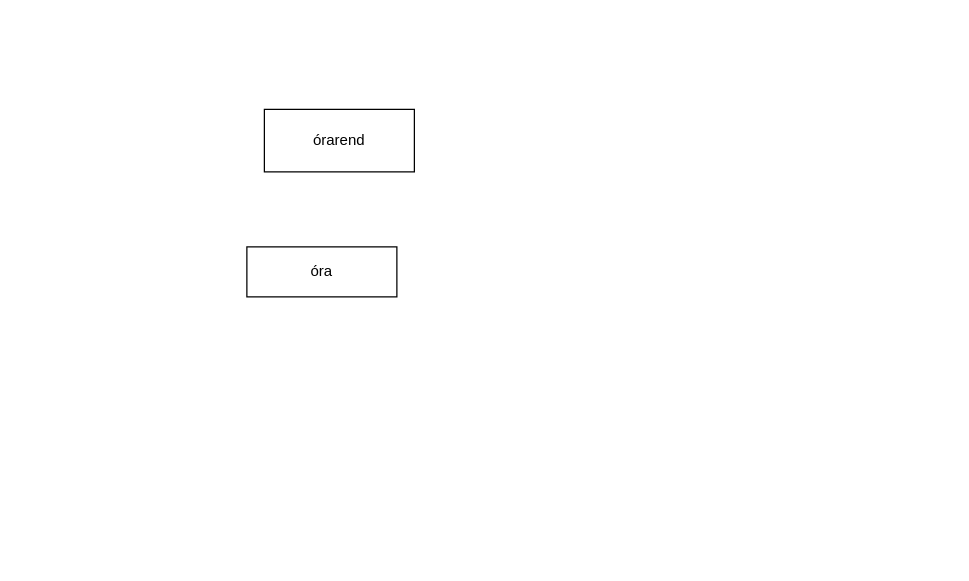
Above: EZ3YRC_0927/EZ3YRC.orarendER.drawio in Ddavid111/EZ3YRC_XMLGyak (draw.io), before the change. Source tidied: cells renumbered, new cells numbered last; positions are measured from the earlier drawing's top-left corner, leaving out a move shared by most shapes. Both pictures are drawn from the tidied source at 125%, with x=0, y=0 at pixel (246, 109).
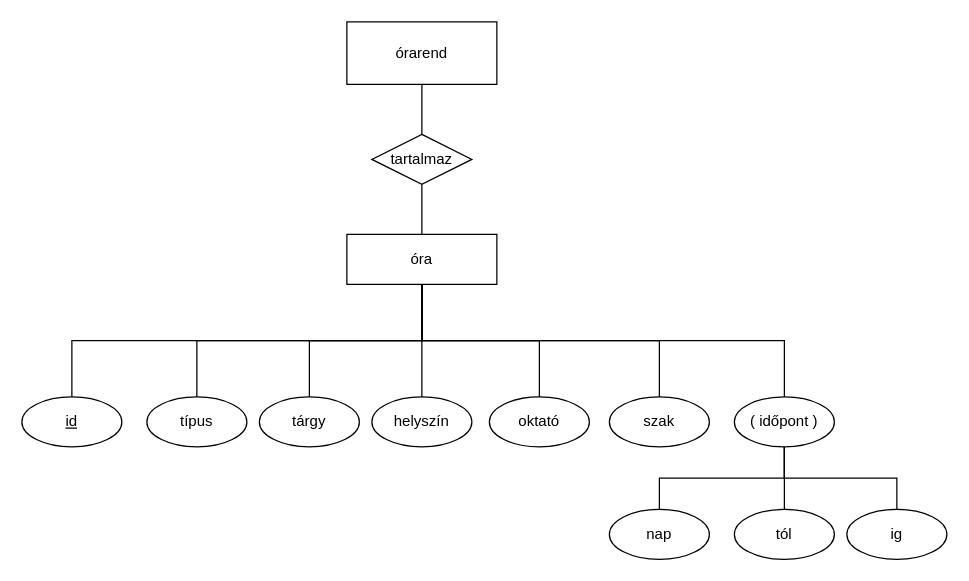
After the change.

Diff of the diagram source:
```diff
@@
+    <mxCell id="4" style="edgeStyle=orthogonalEdgeStyle;rounded=0;jettySize=auto;html=1;exitX=0.5;exitY=1;exitDx=0;exitDy=0;entryX=0.5;entryY=0;entryDx=0;entryDy=0;endArrow=none;endFill=0;" parent="1" edge="1" source="2" target="12">
+      <mxGeometry relative="1" as="geometry" />
+    </mxCell>
     <mxCell id="2" value="órarend" style="rounded=0;whiteSpace=wrap;html=1;" parent="1" vertex="1">
-      <mxGeometry x="14" width="120" height="50" as="geometry" />
+      <mxGeometry x="80" y="-70" width="120" height="50" as="geometry" />
     </mxCell>
+    <mxCell id="5" style="edgeStyle=orthogonalEdgeStyle;rounded=0;jettySize=auto;html=1;exitX=0.5;exitY=1;exitDx=0;exitDy=0;entryX=0.5;entryY=0;entryDx=0;entryDy=0;endArrow=none;endFill=0;" parent="1" edge="1" source="3" target="13">
+      <mxGeometry relative="1" as="geometry" />
+    </mxCell>
+    <mxCell id="6" style="edgeStyle=orthogonalEdgeStyle;rounded=0;jettySize=auto;html=1;exitX=0.5;exitY=1;exitDx=0;exitDy=0;entryX=0.5;entryY=0;entryDx=0;entryDy=0;endArrow=none;endFill=0;" parent="1" edge="1" source="3" target="14">
+      <mxGeometry relative="1" as="geometry" />
+    </mxCell>
+    <mxCell id="7" style="edgeStyle=orthogonalEdgeStyle;rounded=0;jettySize=auto;html=1;exitX=0.5;exitY=1;exitDx=0;exitDy=0;entryX=0.5;entryY=0;entryDx=0;entryDy=0;endArrow=none;endFill=0;" parent="1" edge="1" source="3" target="15">
+      <mxGeometry relative="1" as="geometry" />
+    </mxCell>
+    <mxCell id="8" style="edgeStyle=orthogonalEdgeStyle;rounded=0;jettySize=auto;html=1;exitX=0.5;exitY=1;exitDx=0;exitDy=0;entryX=0.5;entryY=0;entryDx=0;entryDy=0;endArrow=none;endFill=0;" parent="1" edge="1" source="3" target="16">
+      <mxGeometry relative="1" as="geometry" />
+    </mxCell>
+    <mxCell id="9" style="edgeStyle=orthogonalEdgeStyle;rounded=0;jettySize=auto;html=1;exitX=0.5;exitY=1;exitDx=0;exitDy=0;entryX=0.5;entryY=0;entryDx=0;entryDy=0;endArrow=none;endFill=0;" parent="1" edge="1" source="3" target="17">
+      <mxGeometry relative="1" as="geometry" />
+    </mxCell>
+    <mxCell id="10" style="edgeStyle=orthogonalEdgeStyle;rounded=0;jettySize=auto;html=1;exitX=0.5;exitY=1;exitDx=0;exitDy=0;entryX=0.5;entryY=0;entryDx=0;entryDy=0;endArrow=none;endFill=0;" parent="1" edge="1" source="3" target="21">
+      <mxGeometry relative="1" as="geometry" />
+    </mxCell>
     <mxCell id="3" value="óra" style="rounded=0;whiteSpace=wrap;html=1;" parent="1" vertex="1">
-      <mxGeometry y="110" width="120" height="40" as="geometry" />
+      <mxGeometry x="80" y="100" width="120" height="40" as="geometry" />
     </mxCell>
+    <mxCell id="11" style="edgeStyle=orthogonalEdgeStyle;rounded=0;jettySize=auto;html=1;exitX=0.5;exitY=1;exitDx=0;exitDy=0;entryX=0.5;entryY=0;entryDx=0;entryDy=0;endArrow=none;endFill=0;" parent="1" edge="1" source="12" target="3">
+      <mxGeometry relative="1" as="geometry" />
+    </mxCell>
+    <mxCell id="12" value="tartalmaz" style="rhombus;whiteSpace=wrap;html=1;" parent="1" vertex="1">
+      <mxGeometry x="100" y="20" width="80" height="40" as="geometry" />
+    </mxCell>
+    <mxCell id="13" value="&lt;u&gt;id&lt;/u&gt;" style="ellipse;whiteSpace=wrap;html=1;" parent="1" vertex="1">
+      <mxGeometry x="-180" y="230" width="80" height="40" as="geometry" />
+    </mxCell>
+    <mxCell id="14" value="típus" style="ellipse;whiteSpace=wrap;html=1;" parent="1" vertex="1">
+      <mxGeometry x="-80" y="230" width="80" height="40" as="geometry" />
+    </mxCell>
+    <mxCell id="15" value="tárgy" style="ellipse;whiteSpace=wrap;html=1;" parent="1" vertex="1">
+      <mxGeometry x="10" y="230" width="80" height="40" as="geometry" />
+    </mxCell>
+    <mxCell id="16" value="helyszín" style="ellipse;whiteSpace=wrap;html=1;" parent="1" vertex="1">
+      <mxGeometry x="100" y="230" width="80" height="40" as="geometry" />
+    </mxCell>
+    <mxCell id="17" value="oktató" style="ellipse;whiteSpace=wrap;html=1;" parent="1" vertex="1">
+      <mxGeometry x="194" y="230" width="80" height="40" as="geometry" />
+    </mxCell>
+    <mxCell id="18" value="tól" style="ellipse;whiteSpace=wrap;html=1;" parent="1" vertex="1">
+      <mxGeometry x="390" y="320" width="80" height="40" as="geometry" />
+    </mxCell>
+    <mxCell id="19" value="nap" style="ellipse;whiteSpace=wrap;html=1;" parent="1" vertex="1">
+      <mxGeometry x="290" y="320" width="80" height="40" as="geometry" />
+    </mxCell>
+    <mxCell id="20" value="ig" style="ellipse;whiteSpace=wrap;html=1;" parent="1" vertex="1">
+      <mxGeometry x="480" y="320" width="80" height="40" as="geometry" />
+    </mxCell>
+    <mxCell id="21" value="szak" style="ellipse;whiteSpace=wrap;html=1;" parent="1" vertex="1">
+      <mxGeometry x="290" y="230" width="80" height="40" as="geometry" />
+    </mxCell>
+    <mxCell id="22" style="edgeStyle=orthogonalEdgeStyle;rounded=0;jettySize=auto;html=1;exitX=0.5;exitY=1;exitDx=0;exitDy=0;entryX=0.5;entryY=0;entryDx=0;entryDy=0;endArrow=none;endFill=0;" parent="1" edge="1" source="25" target="19">
+      <mxGeometry relative="1" as="geometry" />
+    </mxCell>
+    <mxCell id="23" style="edgeStyle=orthogonalEdgeStyle;rounded=0;jettySize=auto;html=1;exitX=0.5;exitY=1;exitDx=0;exitDy=0;entryX=0.5;entryY=0;entryDx=0;entryDy=0;endArrow=none;endFill=0;" parent="1" edge="1" source="25" target="18">
+      <mxGeometry relative="1" as="geometry" />
+    </mxCell>
+    <mxCell id="24" style="edgeStyle=orthogonalEdgeStyle;rounded=0;jettySize=auto;html=1;exitX=0.5;exitY=1;exitDx=0;exitDy=0;entryX=0.5;entryY=0;entryDx=0;entryDy=0;endArrow=none;endFill=0;" parent="1" edge="1" source="25" target="20">
+      <mxGeometry relative="1" as="geometry" />
+    </mxCell>
+    <mxCell id="25" value="( időpont )" style="ellipse;whiteSpace=wrap;html=1;" parent="1" vertex="1">
+      <mxGeometry x="390" y="230" width="80" height="40" as="geometry" />
+    </mxCell>
+    <mxCell id="26" style="edgeStyle=orthogonalEdgeStyle;rounded=0;jettySize=auto;html=1;exitX=0.5;exitY=1;exitDx=0;exitDy=0;entryX=0.5;entryY=0;entryDx=0;entryDy=0;endArrow=none;endFill=0;" parent="1" edge="1" source="3" target="25">
+      <mxGeometry relative="1" as="geometry" />
+    </mxCell>
```
